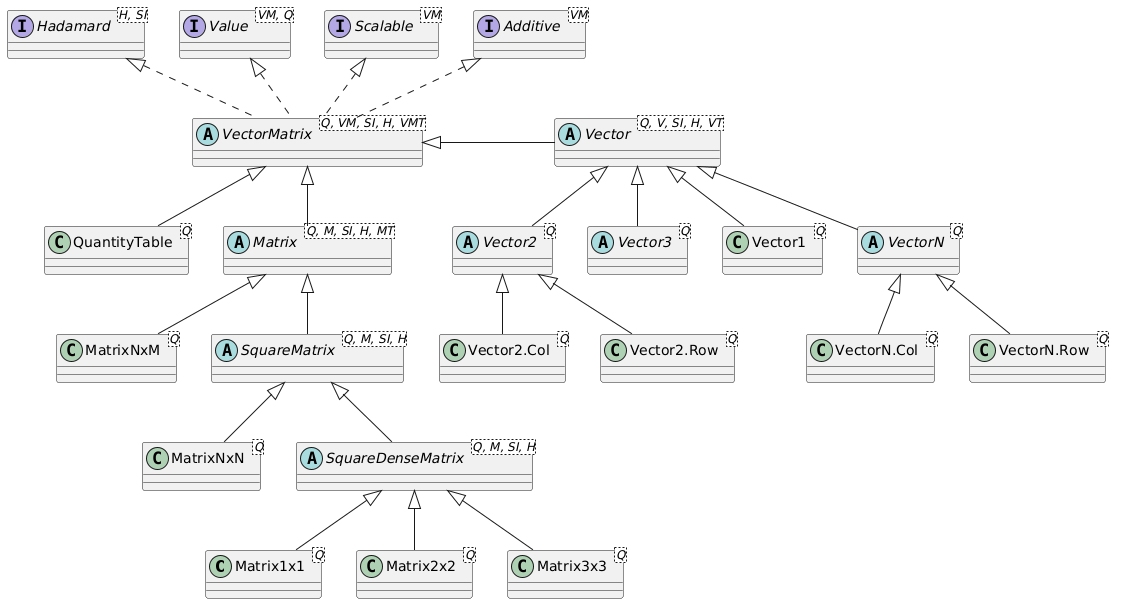
Before: docs/images/vector-matrix.png, a diagram exported from PlantUML (averbraeck/djunits).
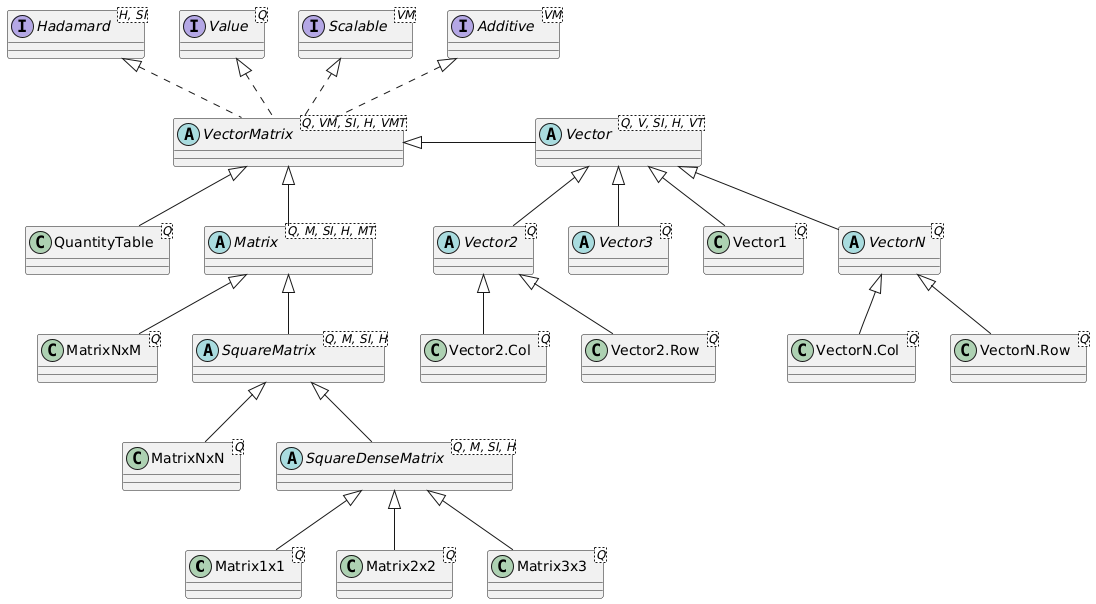
Later version of the same file.

The edit, as a diff of the source:
```diff
@@ -21,7 +21,7 @@
 abstract class SquareDenseMatrix<Q, M, SI, H>
 
 interface Hadamard<H, SI>
-interface Value<VM, Q>
+interface Value<Q>
 interface Scalable<VM>
 interface Additive<VM>
 
```
